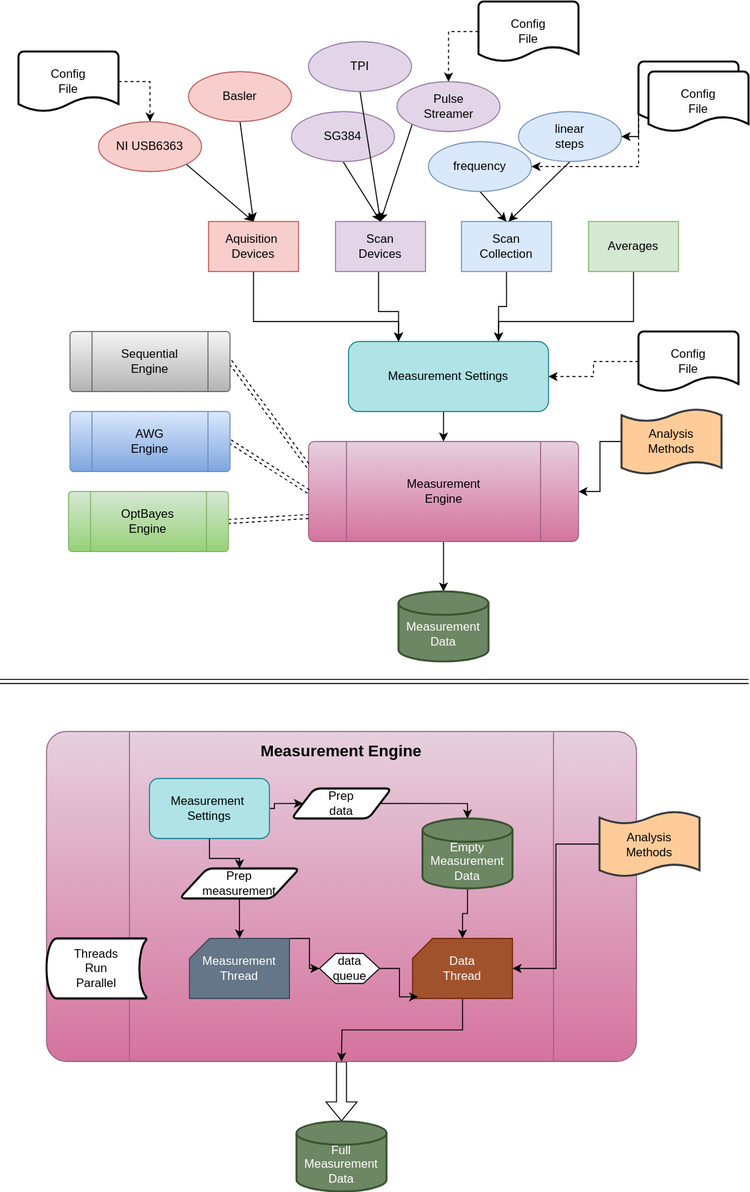
Earlier version of the draw.io export Baecon_overview.svg (olssonks/baecon). Source tidied: cells renumbered, new cells last; positions are measured from the earlier drawing's top-left corner, leaving out a move shared by most shapes.
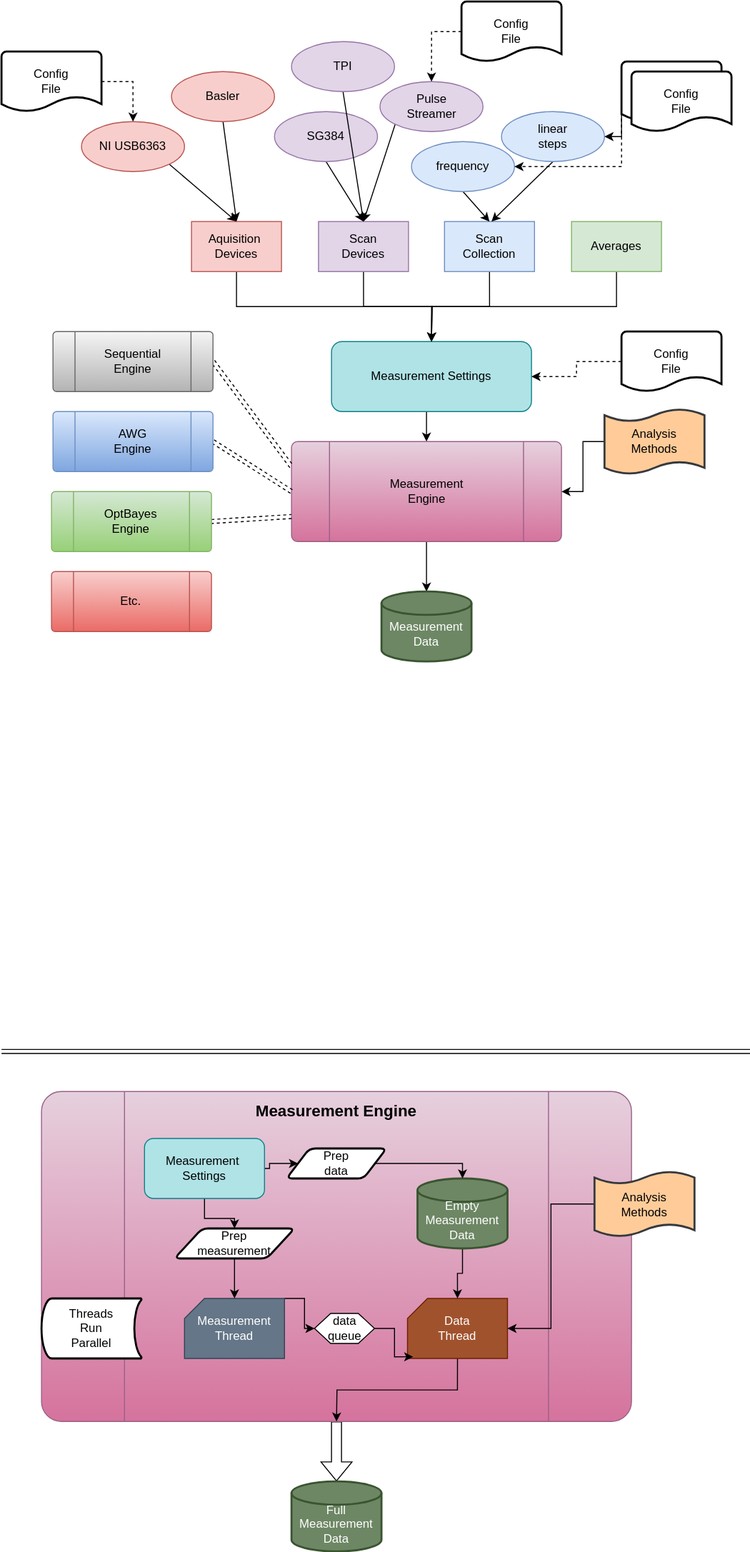
After the change.

Change to the diagram source:
```diff
@@ -8,43 +8,33 @@
     <mxCell id="3" value="Measurement Settings" style="rounded=1;whiteSpace=wrap;html=1;fillColor=#b0e3e6;strokeColor=#0e8088;" parent="1" vertex="1">
       <mxGeometry x="348" y="340" width="200" height="70" as="geometry" />
     </mxCell>
-    <mxCell id="4" style="edgeStyle=orthogonalEdgeStyle;rounded=0;jettySize=auto;html=1;exitX=0.5;exitY=1;exitDx=0;exitDy=0;entryX=0.25;entryY=0;entryDx=0;entryDy=0;" parent="1" edge="1" source="5" target="3">
-      <mxGeometry relative="1" as="geometry">
-        <Array as="points">
-          <mxPoint x="253" y="320" />
-          <mxPoint x="398" y="320" />
-        </Array>
-      </mxGeometry>
+    <mxCell id="4" style="edgeStyle=orthogonalEdgeStyle;rounded=0;jettySize=auto;html=1;exitX=0.5;exitY=1;exitDx=0;exitDy=0;entryX=0.5;entryY=0;entryDx=0;entryDy=0;" parent="1" edge="1" source="5" target="3">
+      <mxGeometry relative="1" as="geometry" />
     </mxCell>
     <mxCell id="5" value="&lt;div&gt;Aquisition&amp;nbsp;&lt;/div&gt;&lt;div&gt;Devices&lt;/div&gt;" style="rounded=0;whiteSpace=wrap;html=1;fillColor=#f8cecc;strokeColor=#b85450;" parent="1" vertex="1">
       <mxGeometry x="208" y="220" width="90" height="50" as="geometry" />
     </mxCell>
-    <mxCell id="6" style="edgeStyle=orthogonalEdgeStyle;rounded=0;jettySize=auto;html=1;exitX=0.5;exitY=1;exitDx=0;exitDy=0;entryX=0.25;entryY=0;entryDx=0;entryDy=0;" parent="1" edge="1" source="7" target="3">
-      <mxGeometry relative="1" as="geometry">
-        <Array as="points">
-          <mxPoint x="378" y="270" />
-          <mxPoint x="378" y="310" />
-          <mxPoint x="398" y="310" />
-        </Array>
-      </mxGeometry>
-    </mxCell>
+    <mxCell id="69" style="edgeStyle=orthogonalEdgeStyle;rounded=0;jettySize=auto;html=1;exitX=0.5;exitY=1;exitDx=0;exitDy=0;" parent="1" edge="1" source="7">
+      <mxGeometry relative="1" as="geometry">
+        <mxPoint x="448" y="340" as="targetPoint" />
+      </mxGeometry>
+    </mxCell>
     <mxCell id="7" value="&lt;div&gt;Scan&lt;/div&gt;&lt;div&gt;Devices&lt;br&gt;&lt;/div&gt;" style="rounded=0;whiteSpace=wrap;html=1;fillColor=#e1d5e7;strokeColor=#9673a6;" parent="1" vertex="1">
       <mxGeometry x="335" y="220" width="90" height="50" as="geometry" />
     </mxCell>
-    <mxCell id="8" style="edgeStyle=orthogonalEdgeStyle;rounded=0;jettySize=auto;html=1;exitX=0.5;exitY=1;exitDx=0;exitDy=0;entryX=0.75;entryY=0;entryDx=0;entryDy=0;" parent="1" edge="1" source="9" target="3">
-      <mxGeometry relative="1" as="geometry" />
-    </mxCell>
+    <mxCell id="70" style="edgeStyle=orthogonalEdgeStyle;rounded=0;jettySize=auto;html=1;exitX=0.5;exitY=1;exitDx=0;exitDy=0;" parent="1" edge="1" source="9">
+      <mxGeometry relative="1" as="geometry">
+        <mxPoint x="448" y="340" as="targetPoint" />
+      </mxGeometry>
+    </mxCell>
     <mxCell id="9" value="&lt;div&gt;Scan&lt;/div&gt;&lt;div&gt;Collection&lt;br&gt;&lt;/div&gt;" style="rounded=0;whiteSpace=wrap;html=1;fillColor=#dae8fc;strokeColor=#6c8ebf;" parent="1" vertex="1">
       <mxGeometry x="461" y="220" width="90" height="50" as="geometry" />
     </mxCell>
-    <mxCell id="10" style="edgeStyle=orthogonalEdgeStyle;rounded=0;jettySize=auto;html=1;exitX=0.5;exitY=1;exitDx=0;exitDy=0;entryX=0.75;entryY=0;entryDx=0;entryDy=0;" parent="1" edge="1" source="11" target="3">
-      <mxGeometry relative="1" as="geometry">
-        <Array as="points">
-          <mxPoint x="633" y="320" />
-          <mxPoint x="498" y="320" />
-        </Array>
-      </mxGeometry>
-    </mxCell>
+    <mxCell id="71" style="edgeStyle=orthogonalEdgeStyle;rounded=0;jettySize=auto;html=1;exitX=0.5;exitY=1;exitDx=0;exitDy=0;" parent="1" edge="1" source="11">
+      <mxGeometry relative="1" as="geometry">
+        <mxPoint x="448" y="340" as="targetPoint" />
+      </mxGeometry>
+    </mxCell>
     <mxCell id="11" value="&lt;div&gt;Averages&lt;/div&gt;" style="rounded=0;whiteSpace=wrap;html=1;fillColor=#d5e8d4;strokeColor=#82b366;" parent="1" vertex="1">
       <mxGeometry x="588" y="220" width="90" height="50" as="geometry" />
     </mxCell>
@@ -129,12 +119,12 @@
       <mxGeometry relative="1" as="geometry" />
     </mxCell>
     <mxCell id="38" value="&lt;font style=&quot;font-size: 16px;&quot;&gt;&lt;b&gt;Measurement Engine&lt;br&gt;&lt;/b&gt;&lt;/font&gt;" style="verticalLabelPosition=top;verticalAlign=bottom;html=1;shape=process;whiteSpace=wrap;rounded=1;size=0.14;arcSize=6;labelPosition=center;align=center;fillColor=#e6d0de;gradientColor=#d5739d;strokeColor=#996185;spacing=-29;spacingTop=0;" parent="1" vertex="1">
-      <mxGeometry x="46" y="730" width="590" height="330" as="geometry" />
+      <mxGeometry x="58" y="1090" width="590" height="330" as="geometry" />
     </mxCell>
     <mxCell id="39" style="shape=link;html=1;rounded=0;" parent="1" edge="1">
       <mxGeometry relative="1" as="geometry">
-        <mxPoint x="-0.5" y="680" as="sourcePoint" />
-        <mxPoint x="748" y="680" as="targetPoint" />
+        <mxPoint x="18" y="1050" as="sourcePoint" />
+        <mxPoint x="766.5" y="1050" as="targetPoint" />
       </mxGeometry>
     </mxCell>
     <mxCell id="40" style="edgeStyle=orthogonalEdgeStyle;rounded=0;jettySize=auto;html=1;exitX=1;exitY=0.5;exitDx=0;exitDy=0;exitPerimeter=0;entryX=0.5;entryY=0;entryDx=0;entryDy=0;dashed=1;" parent="1" edge="1" source="41" target="13">
@@ -169,8 +159,8 @@
     <mxCell id="47" style="edgeStyle=orthogonalEdgeStyle;rounded=0;jettySize=auto;html=1;exitX=1;exitY=0.5;exitDx=0;exitDy=0;entryX=0;entryY=0.5;entryDx=0;entryDy=0;" parent="1" edge="1" source="49" target="60">
       <mxGeometry relative="1" as="geometry">
         <Array as="points">
-          <mxPoint x="274" y="807" />
-          <mxPoint x="274" y="802" />
+          <mxPoint x="286" y="1167" />
+          <mxPoint x="286" y="1162" />
         </Array>
       </mxGeometry>
     </mxCell>
@@ -178,66 +168,66 @@
       <mxGeometry relative="1" as="geometry" />
     </mxCell>
     <mxCell id="49" value="&lt;div&gt;Measurement&amp;nbsp;&lt;/div&gt;&lt;div&gt;Settings&lt;/div&gt;" style="rounded=1;whiteSpace=wrap;html=1;fillColor=#b0e3e6;strokeColor=#0e8088;" parent="1" vertex="1">
-      <mxGeometry x="149" y="777" width="120" height="60" as="geometry" />
+      <mxGeometry x="161" y="1137" width="120" height="60" as="geometry" />
     </mxCell>
     <mxCell id="50" style="edgeStyle=orthogonalEdgeStyle;rounded=0;jettySize=auto;html=1;exitX=1;exitY=0;exitDx=0;exitDy=0;exitPerimeter=0;entryX=0;entryY=0.5;entryDx=0;entryDy=0;" parent="1" edge="1" source="51" target="58">
       <mxGeometry relative="1" as="geometry">
         <Array as="points">
-          <mxPoint x="309" y="937" />
-          <mxPoint x="309" y="967" />
+          <mxPoint x="321" y="1297" />
+          <mxPoint x="321" y="1327" />
         </Array>
       </mxGeometry>
     </mxCell>
     <mxCell id="51" value="&lt;div&gt;Measurement&lt;/div&gt;&lt;div&gt;Thread&lt;br&gt;&lt;/div&gt;" style="verticalLabelPosition=middle;verticalAlign=middle;html=1;shape=card;whiteSpace=wrap;size=20;arcSize=12;labelPosition=center;align=center;fillColor=#647687;fontColor=#ffffff;strokeColor=#314354;" parent="1" vertex="1">
-      <mxGeometry x="189" y="937" width="100" height="60" as="geometry" />
+      <mxGeometry x="201" y="1297" width="100" height="60" as="geometry" />
     </mxCell>
     <mxCell id="52" style="edgeStyle=orthogonalEdgeStyle;rounded=0;jettySize=auto;html=1;exitX=0.5;exitY=1;exitDx=0;exitDy=0;exitPerimeter=0;" parent="1" edge="1" source="53">
       <mxGeometry relative="1" as="geometry">
-        <mxPoint x="341" y="1060" as="targetPoint" />
+        <mxPoint x="353" y="1420" as="targetPoint" />
       </mxGeometry>
     </mxCell>
     <mxCell id="53" value="&lt;div&gt;Data&lt;br&gt;&lt;/div&gt;&lt;div&gt;Thread&lt;br&gt;&lt;/div&gt;" style="verticalLabelPosition=middle;verticalAlign=middle;html=1;shape=card;whiteSpace=wrap;size=20;arcSize=12;labelPosition=center;align=center;fillColor=#a0522d;fontColor=#ffffff;strokeColor=#6D1F00;" parent="1" vertex="1">
-      <mxGeometry x="412" y="937" width="100" height="60" as="geometry" />
+      <mxGeometry x="424" y="1297" width="100" height="60" as="geometry" />
     </mxCell>
     <mxCell id="54" style="edgeStyle=orthogonalEdgeStyle;rounded=0;jettySize=auto;html=1;exitX=0.5;exitY=1;exitDx=0;exitDy=0;exitPerimeter=0;entryX=0.5;entryY=0;entryDx=0;entryDy=0;entryPerimeter=0;" parent="1" edge="1" source="55" target="53">
       <mxGeometry relative="1" as="geometry" />
     </mxCell>
     <mxCell id="55" value="&lt;div&gt;Empty&lt;br&gt;&lt;/div&gt;&lt;div&gt;Measurement&lt;/div&gt;&lt;div&gt;Data&lt;br&gt;&lt;/div&gt;" style="strokeWidth=2;html=1;shape=mxgraph.flowchart.database;whiteSpace=wrap;spacingTop=15;fillColor=#6d8764;fontColor=#ffffff;strokeColor=#3A5431;" parent="1" vertex="1">
-      <mxGeometry x="422" y="817" width="90" height="70" as="geometry" />
+      <mxGeometry x="434" y="1177" width="90" height="70" as="geometry" />
     </mxCell>
     <mxCell id="56" value="&lt;div&gt;Threads&lt;/div&gt;&lt;div&gt;Run&lt;/div&gt;&lt;div&gt;Parallel&lt;br&gt;&lt;/div&gt;" style="strokeWidth=2;html=1;shape=mxgraph.flowchart.stored_data;whiteSpace=wrap;" parent="1" vertex="1">
-      <mxGeometry x="46" y="937" width="100" height="60" as="geometry" />
+      <mxGeometry x="58" y="1297" width="100" height="60" as="geometry" />
     </mxCell>
     <mxCell id="57" style="edgeStyle=orthogonalEdgeStyle;rounded=0;jettySize=auto;html=1;exitX=1;exitY=0.5;exitDx=0;exitDy=0;entryX=0.057;entryY=0.972;entryDx=0;entryDy=0;entryPerimeter=0;" parent="1" edge="1" source="58" target="53">
       <mxGeometry relative="1" as="geometry" />
     </mxCell>
     <mxCell id="58" value="&lt;div&gt;data&lt;/div&gt;&lt;div&gt;queue&lt;/div&gt;" style="verticalLabelPosition=middle;verticalAlign=middle;html=1;shape=hexagon;perimeter=hexagonPerimeter2;arcSize=6;size=0.27;labelPosition=center;align=center;" parent="1" vertex="1">
-      <mxGeometry x="319" y="952" width="60" height="30" as="geometry" />
+      <mxGeometry x="331" y="1312" width="60" height="30" as="geometry" />
     </mxCell>
     <mxCell id="59" style="edgeStyle=orthogonalEdgeStyle;rounded=0;jettySize=auto;html=1;exitX=1;exitY=0.5;exitDx=0;exitDy=0;entryX=0.5;entryY=0;entryDx=0;entryDy=0;entryPerimeter=0;" parent="1" edge="1" source="60" target="55">
       <mxGeometry relative="1" as="geometry">
         <Array as="points">
-          <mxPoint x="467" y="802" />
+          <mxPoint x="479" y="1162" />
         </Array>
       </mxGeometry>
     </mxCell>
     <mxCell id="60" value="&lt;div&gt;Prep&lt;/div&gt;&lt;div&gt;data&lt;br&gt;&lt;/div&gt;" style="shape=parallelogram;html=1;strokeWidth=2;perimeter=parallelogramPerimeter;whiteSpace=wrap;rounded=1;arcSize=12;size=0.23;" parent="1" vertex="1">
-      <mxGeometry x="291" y="787" width="100" height="30" as="geometry" />
+      <mxGeometry x="303" y="1147" width="100" height="30" as="geometry" />
     </mxCell>
     <mxCell id="61" style="edgeStyle=orthogonalEdgeStyle;rounded=0;jettySize=auto;html=1;exitX=0.5;exitY=1;exitDx=0;exitDy=0;entryX=0.5;entryY=0;entryDx=0;entryDy=0;entryPerimeter=0;" parent="1" edge="1" source="62" target="51">
       <mxGeometry relative="1" as="geometry" />
     </mxCell>
     <mxCell id="62" value="&lt;div&gt;Prep&lt;/div&gt;&lt;div&gt;measurement&lt;br&gt;&lt;/div&gt;" style="shape=parallelogram;html=1;strokeWidth=2;perimeter=parallelogramPerimeter;whiteSpace=wrap;rounded=1;arcSize=12;size=0.23;" parent="1" vertex="1">
-      <mxGeometry x="179" y="867" width="120" height="30" as="geometry" />
+      <mxGeometry x="191" y="1227" width="120" height="30" as="geometry" />
     </mxCell>
     <mxCell id="63" value="&lt;div&gt;Full&lt;br&gt;&lt;/div&gt;&lt;div&gt;Measurement&lt;/div&gt;&lt;div&gt;Data&lt;br&gt;&lt;/div&gt;" style="strokeWidth=2;html=1;shape=mxgraph.flowchart.database;whiteSpace=wrap;spacingTop=15;fillColor=#6d8764;fontColor=#ffffff;strokeColor=#3A5431;" parent="1" vertex="1">
-      <mxGeometry x="296" y="1120" width="90" height="70" as="geometry" />
+      <mxGeometry x="308" y="1480" width="90" height="70" as="geometry" />
     </mxCell>
     <mxCell id="64" style="edgeStyle=orthogonalEdgeStyle;rounded=0;jettySize=auto;html=1;exitX=0;exitY=0.5;exitDx=0;exitDy=0;exitPerimeter=0;entryX=1;entryY=0.5;entryDx=0;entryDy=0;entryPerimeter=0;" parent="1" edge="1" source="65" target="53">
       <mxGeometry relative="1" as="geometry" />
     </mxCell>
     <mxCell id="65" value="&lt;div&gt;Analysis&lt;/div&gt;&lt;div&gt;Methods&lt;br&gt;&lt;/div&gt;" style="shape=tape;whiteSpace=wrap;html=1;strokeWidth=2;size=0.19;fillColor=#ffcc99;strokeColor=#36393d;" parent="1" vertex="1">
-      <mxGeometry x="599" y="810" width="100" height="65" as="geometry" />
+      <mxGeometry x="611" y="1170" width="100" height="65" as="geometry" />
     </mxCell>
     <mxCell id="66" value="&lt;div&gt;Config&lt;/div&gt;&lt;div&gt;File&lt;br&gt;&lt;/div&gt;" style="strokeWidth=2;html=1;shape=mxgraph.flowchart.document2;whiteSpace=wrap;size=0.25;" parent="1" vertex="1">
       <mxGeometry x="648" y="70" width="100" height="60" as="geometry" />
@@ -248,5 +238,8 @@
     <mxCell id="68" value="&lt;div&gt;Config&lt;/div&gt;&lt;div&gt;File&lt;br&gt;&lt;/div&gt;" style="strokeWidth=2;html=1;shape=mxgraph.flowchart.document2;whiteSpace=wrap;size=0.25;" parent="1" vertex="1">
       <mxGeometry x="638" y="330" width="100" height="60" as="geometry" />
     </mxCell>
+    <mxCell id="72" value="Etc." style="verticalLabelPosition=middle;verticalAlign=middle;html=1;shape=process;whiteSpace=wrap;rounded=1;size=0.14;arcSize=6;labelPosition=center;align=center;fillColor=#f8cecc;gradientColor=#ea6b66;strokeColor=#b85450;" parent="1" vertex="1">
+      <mxGeometry x="68" y="570" width="160" height="60" as="geometry" />
+    </mxCell>
   </root>
 </mxGraphModel>
```
